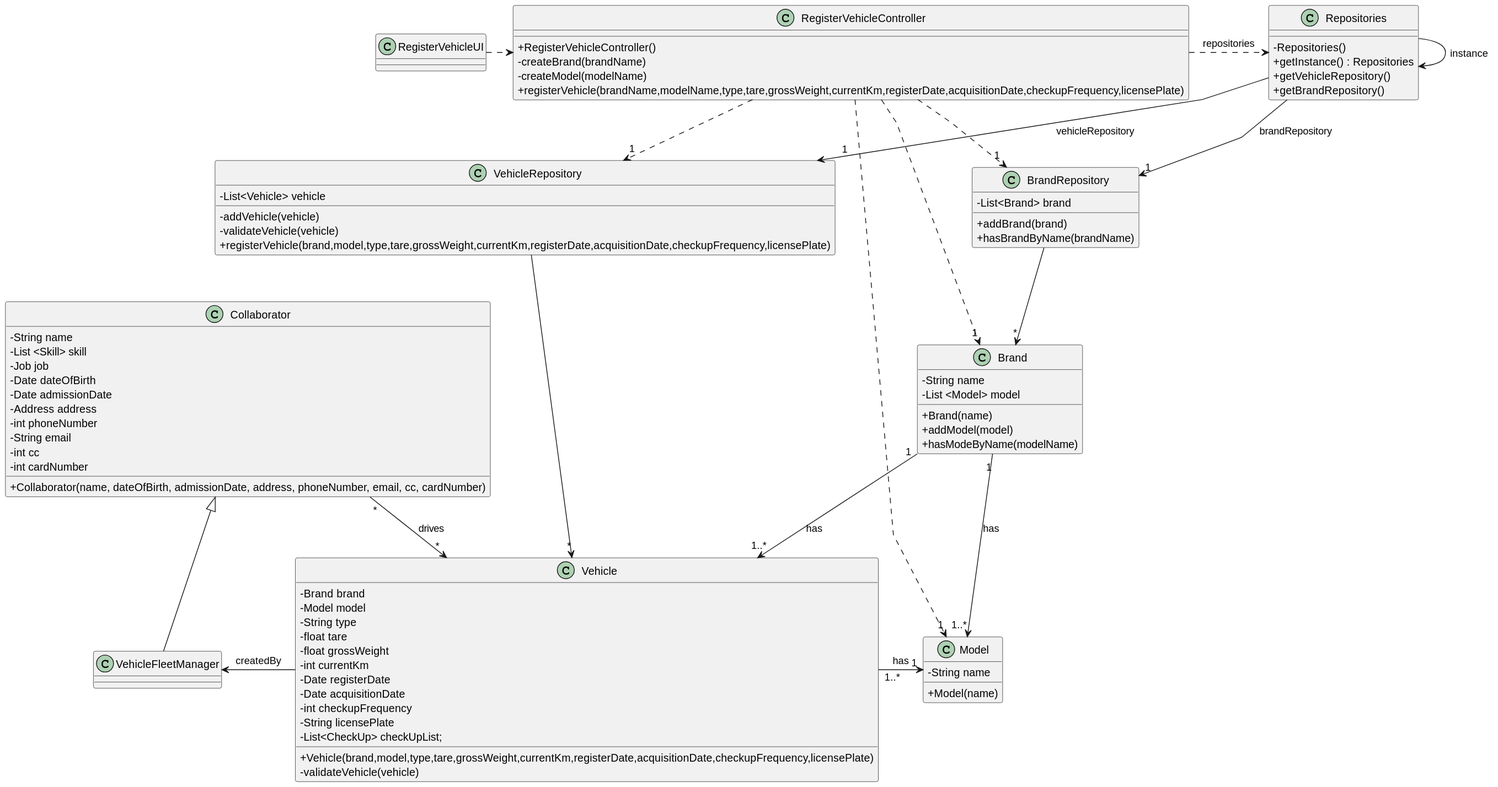
Departamento-de-Engenharia-Informatica/lei-24-s2-1db-g022 keeps this PlantUML diagram as docs/sprint2/us06/03.design/svg/us06-class-diagram.svg. Above is the earlier version.
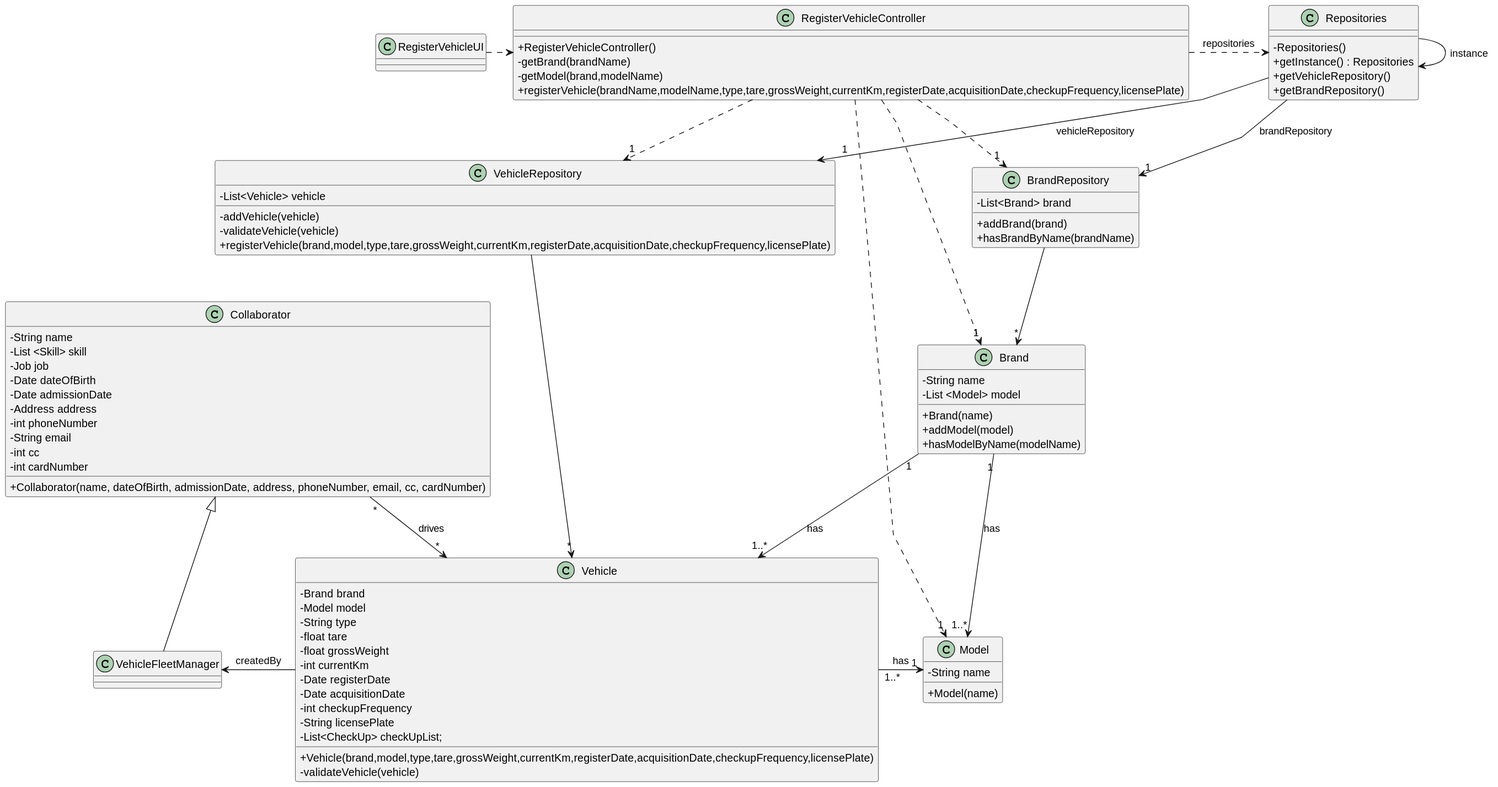
After the change.

Diff of the diagram source:
```diff
@@ -12,7 +12,7 @@
 
     +Brand(name)
     +addModel(model)
-    +hasModeByName(modelName)
+    +hasModelByName(modelName)
 }
 
 class Model {
@@ -41,8 +41,8 @@
 class RegisterVehicleController {
 
     +RegisterVehicleController()
-    -createBrand(brandName)
-    -createModel(modelName)
+    -getBrand(brandName)
+    -getModel(brand,modelName)
     +registerVehicle(brandName,modelName,type,tare,grossWeight,currentKm,registerDate,acquisitionDate,checkupFrequency,licensePlate)
 }
 
```
